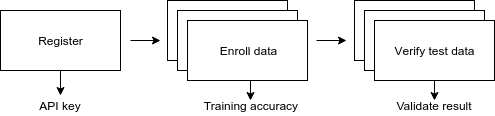
thavryl/BiolockDemo keeps this draw.io diagram as IMG/WorkFlow.png. Above is the earlier version. Source tidied: cells renumbered, new cells last; positions are measured from the earlier drawing's top-left corner, leaving out a move shared by most shapes.
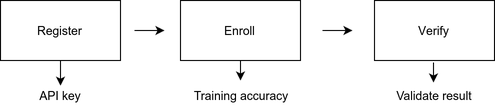
Later version of the same file.

What changed in the source:
```diff
@@ -5,38 +5,26 @@
     <mxCell id="2" value="Register" style="whiteSpace=wrap;html=1;" parent="1" vertex="1">
       <mxGeometry y="10" width="120" height="60" as="geometry" />
     </mxCell>
-    <mxCell id="3" style="whiteSpace=wrap;html=1;" parent="1" vertex="1">
-      <mxGeometry x="167" width="120" height="60" as="geometry" />
-    </mxCell>
-    <mxCell id="4" style="whiteSpace=wrap;html=1;" parent="1" vertex="1">
-      <mxGeometry x="177" y="10" width="120" height="60" as="geometry" />
-    </mxCell>
-    <mxCell id="5" value="Enroll data" style="whiteSpace=wrap;html=1;" parent="1" vertex="1">
-      <mxGeometry x="187" y="20" width="120" height="60" as="geometry" />
+    <mxCell id="5" value="Enroll" style="whiteSpace=wrap;html=1;" parent="1" vertex="1">
+      <mxGeometry x="180" y="10" width="120" height="60" as="geometry" />
     </mxCell>
     <mxCell id="6" style="endArrow=classic;html=1;" parent="1" edge="1">
       <mxGeometry relative="1" as="geometry">
-        <mxPoint x="130" y="40" as="sourcePoint" />
-        <mxPoint x="160" y="40" as="targetPoint" />
+        <mxPoint x="134" y="40" as="sourcePoint" />
+        <mxPoint x="164" y="40" as="targetPoint" />
       </mxGeometry>
     </mxCell>
-    <mxCell id="7" style="whiteSpace=wrap;html=1;" parent="1" vertex="1">
-      <mxGeometry x="354" width="120" height="60" as="geometry" />
-    </mxCell>
-    <mxCell id="8" style="whiteSpace=wrap;html=1;" parent="1" vertex="1">
-      <mxGeometry x="364" y="10" width="120" height="60" as="geometry" />
-    </mxCell>
-    <mxCell id="9" value="V&lt;span&gt;erify&amp;nbsp;test data&lt;/span&gt;" style="whiteSpace=wrap;html=1;" parent="1" vertex="1">
-      <mxGeometry x="374" y="20" width="120" height="60" as="geometry" />
+    <mxCell id="9" value="V&lt;span&gt;erify&lt;/span&gt;" style="whiteSpace=wrap;html=1;" parent="1" vertex="1">
+      <mxGeometry x="374" y="10" width="120" height="60" as="geometry" />
     </mxCell>
     <mxCell id="10" style="endArrow=classic;html=1;" parent="1" edge="1">
       <mxGeometry relative="1" as="geometry">
-        <mxPoint x="250" y="80" as="sourcePoint" />
-        <mxPoint x="250" y="100" as="targetPoint" />
+        <mxPoint x="240" y="70" as="sourcePoint" />
+        <mxPoint x="240" y="90" as="targetPoint" />
       </mxGeometry>
     </mxCell>
     <mxCell id="11" value="Training accuracy" style="text;html=1;strokeColor=none;fillColor=none;align=center;verticalAlign=middle;whiteSpace=wrap;" parent="1" vertex="1">
-      <mxGeometry x="200" y="95" width="100" height="20" as="geometry" />
+      <mxGeometry x="190" y="95" width="100" height="20" as="geometry" />
     </mxCell>
     <mxCell id="12" style="endArrow=classic;html=1;entryX=0.5;entryY=0;" parent="1" edge="1" target="13">
       <mxGeometry x="100" y="330" as="geometry">
@@ -50,15 +38,15 @@
       <mxGeometry x="384" y="95" width="100" height="20" as="geometry" />
     </mxCell>
     <mxCell id="15" style="endArrow=classic;html=1;" parent="1" edge="1">
-      <mxGeometry x="356" y="300" as="geometry">
-        <mxPoint x="316" y="40" as="sourcePoint" />
-        <mxPoint x="346" y="40" as="targetPoint" />
+      <mxGeometry x="362" y="300" as="geometry">
+        <mxPoint x="322" y="40" as="sourcePoint" />
+        <mxPoint x="352" y="40" as="targetPoint" />
       </mxGeometry>
     </mxCell>
     <mxCell id="16" style="endArrow=classic;html=1;" parent="1" edge="1">
-      <mxGeometry x="474" y="340" as="geometry">
-        <mxPoint x="434" y="80" as="sourcePoint" />
-        <mxPoint x="434" y="100" as="targetPoint" />
+      <mxGeometry x="473" y="332" as="geometry">
+        <mxPoint x="433" y="72" as="sourcePoint" />
+        <mxPoint x="433" y="92" as="targetPoint" />
       </mxGeometry>
     </mxCell>
   </root>
```
